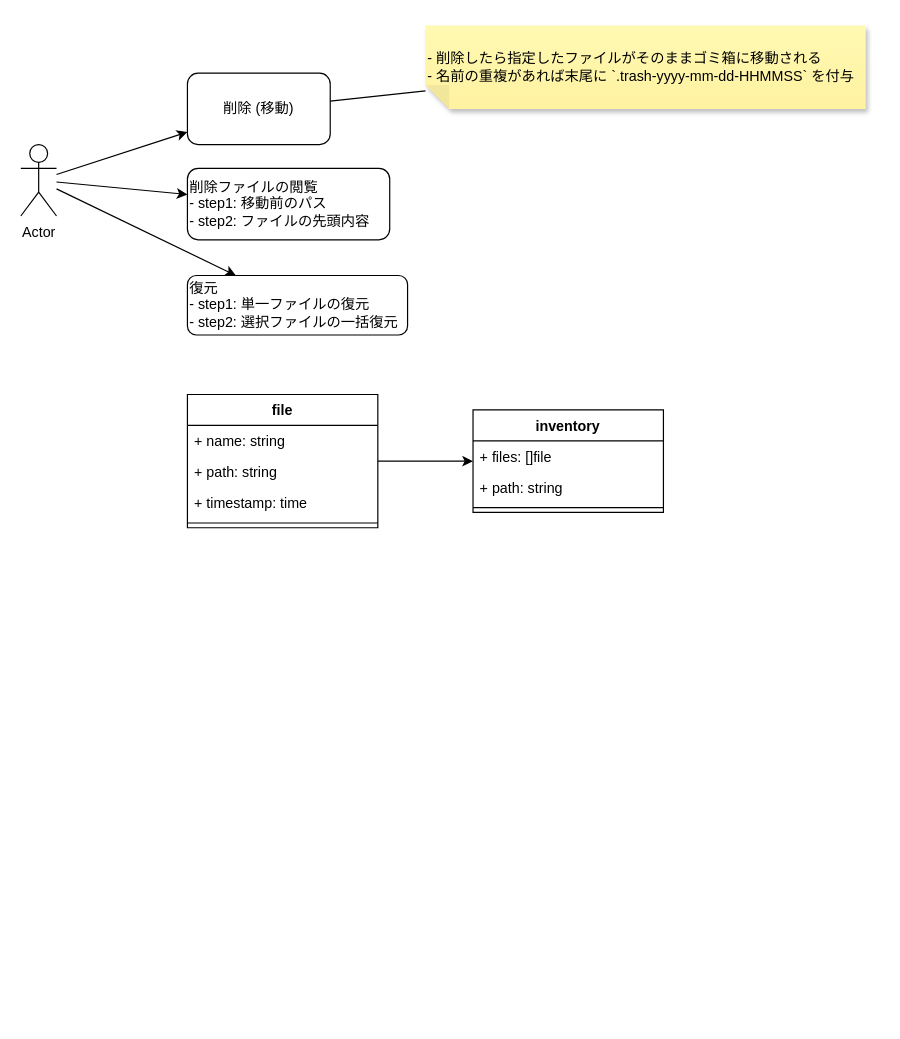
This is docs/doc.drawio from naoking158/go-to-trash, a draw.io file, before an edit. Source tidied: cells renumbered, new cells numbered last; positions are measured from the earlier drawing's top-left corner, leaving out a move shared by most shapes. Both pictures are drawn from the tidied source at 119%, with x=0, y=0 at pixel (20, 25).
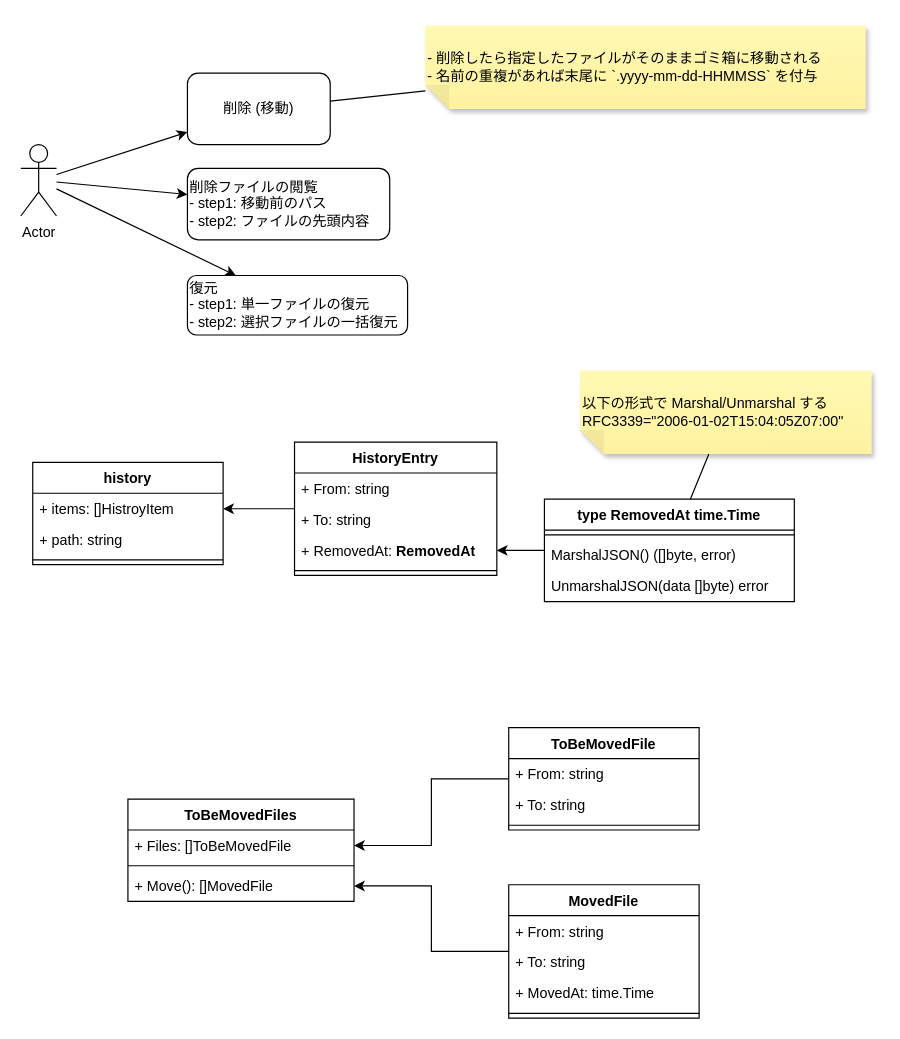
The same diagram, later.

Diff of the diagram source:
```diff
@@
-    <mxCell id="9" value="file" style="swimlane;fontStyle=1;align=center;verticalAlign=top;horizontal=1;startSize=26;whiteSpace=wrap;html=1;" parent="1" vertex="1">
-      <mxGeometry x="140" y="310" width="160" height="112" as="geometry" />
-    </mxCell>
-    <mxCell id="10" value="+ name: string" style="text;strokeColor=none;fillColor=none;align=left;verticalAlign=top;spacingLeft=4;spacingRight=4;overflow=hidden;whiteSpace=wrap;html=1;" parent="9" vertex="1">
-      <mxGeometry y="26" width="160" height="26" as="geometry" />
-    </mxCell>
-    <mxCell id="11" value="+ path: string" style="text;strokeColor=none;fillColor=none;align=left;verticalAlign=top;spacingLeft=4;spacingRight=4;overflow=hidden;whiteSpace=wrap;html=1;" parent="9" vertex="1">
-      <mxGeometry y="52" width="160" height="26" as="geometry" />
-    </mxCell>
-    <mxCell id="12" value="+ timestamp: time" style="text;strokeColor=none;fillColor=none;align=left;verticalAlign=top;spacingLeft=4;spacingRight=4;overflow=hidden;whiteSpace=wrap;html=1;" parent="9" vertex="1">
-      <mxGeometry y="78" width="160" height="26" as="geometry" />
-    </mxCell>
-    <mxCell id="13" style="line;strokeWidth=1;fillColor=none;align=left;verticalAlign=middle;spacingTop=-1;spacingLeft=3;spacingRight=3;labelPosition=right;strokeColor=inherit;" parent="9" vertex="1">
-      <mxGeometry y="104" width="160" height="8" as="geometry" />
-    </mxCell>
-    <mxCell id="14" value="inventory" style="swimlane;fontStyle=1;align=center;verticalAlign=top;horizontal=1;startSize=26;whiteSpace=wrap;html=1;" parent="1" vertex="1">
-      <mxGeometry x="380" y="323" width="160" height="86" as="geometry" />
+    <mxCell id="14" value="history" style="swimlane;fontStyle=1;align=center;verticalAlign=top;horizontal=1;startSize=26;whiteSpace=wrap;html=1;" parent="1" vertex="1">
+      <mxGeometry x="10" y="367" width="160" height="86" as="geometry" />
     </mxCell>
-    <mxCell id="15" value="+ files: []file" style="text;strokeColor=none;fillColor=none;align=left;verticalAlign=top;spacingLeft=4;spacingRight=4;overflow=hidden;points=[[0,0.5],[1,0.5]];portConstraint=eastwest;whiteSpace=wrap;html=1;" parent="14" vertex="1">
+    <mxCell id="15" value="+ items: []HistroyItem" style="text;strokeColor=none;fillColor=none;align=left;verticalAlign=top;spacingLeft=4;spacingRight=4;overflow=hidden;points=[[0,0.5],[1,0.5]];portConstraint=eastwest;whiteSpace=wrap;html=1;" parent="14" vertex="1">
       <mxGeometry y="26" width="160" height="26" as="geometry" />
     </mxCell>
@@
-    <mxCell id="18" style="endArrow=classic;html=1;rounded=0;" parent="1" edge="1" source="9" target="14">
-      <mxGeometry relative="1" as="geometry" />
-    </mxCell>
-    <mxCell id="19" value="- 削除したら指定したファイルがそのままゴミ箱に移動される&lt;div&gt;- 名前の重複があれば末尾に `.trash-yyyy-mm-dd-HHMMSS` を付与&lt;/div&gt;" style="shape=note;whiteSpace=wrap;html=1;backgroundOutline=1;fontColor=#000000;darkOpacity=0.05;fillColor=#FFF9B2;strokeColor=none;fillStyle=solid;direction=west;gradientDirection=north;gradientColor=#FFF2A1;shadow=1;size=20;align=left;" parent="1" vertex="1">
+    <mxCell id="19" value="- 削除したら指定したファイルがそのままゴミ箱に移動される&lt;div&gt;- 名前の重複があれば末尾に `.yyyy-mm-dd-HHMMSS` を付与&lt;/div&gt;" style="shape=note;whiteSpace=wrap;html=1;backgroundOutline=1;fontColor=#000000;darkOpacity=0.05;fillColor=#FFF9B2;strokeColor=none;fillStyle=solid;direction=west;gradientDirection=north;gradientColor=#FFF2A1;shadow=1;size=20;align=left;" parent="1" vertex="1">
       <mxGeometry x="340" width="370" height="70" as="geometry" />
     </mxCell>
@@
+    <mxCell id="21" value="ToBeMovedFiles" style="swimlane;fontStyle=1;align=center;verticalAlign=top;horizontal=1;startSize=26;whiteSpace=wrap;html=1;" parent="1" vertex="1">
+      <mxGeometry x="90" y="650" width="190" height="86" as="geometry" />
+    </mxCell>
+    <mxCell id="22" value="+ Files: []ToBeMovedFile" style="text;strokeColor=none;fillColor=none;align=left;verticalAlign=top;spacingLeft=4;spacingRight=4;overflow=hidden;points=[[0,0.5],[1,0.5]];portConstraint=eastwest;whiteSpace=wrap;html=1;" parent="21" vertex="1">
+      <mxGeometry y="26" width="190" height="26" as="geometry" />
+    </mxCell>
+    <mxCell id="23" style="line;strokeWidth=1;fillColor=none;align=left;verticalAlign=middle;spacingTop=-1;spacingLeft=3;spacingRight=3;labelPosition=right;strokeColor=inherit;" parent="21" vertex="1">
+      <mxGeometry y="52" width="190" height="8" as="geometry" />
+    </mxCell>
+    <mxCell id="24" value="+ Move(): []MovedFile" style="text;strokeColor=none;fillColor=none;align=left;verticalAlign=top;spacingLeft=4;spacingRight=4;overflow=hidden;points=[[0,0.5],[1,0.5]];portConstraint=eastwest;whiteSpace=wrap;html=1;" parent="21" vertex="1">
+      <mxGeometry y="60" width="190" height="26" as="geometry" />
+    </mxCell>
+    <mxCell id="25" style="edgeStyle=orthogonalEdgeStyle;rounded=0;jettySize=auto;html=1;" parent="1" edge="1" source="26" target="15">
+      <mxGeometry relative="1" as="geometry" />
+    </mxCell>
+    <mxCell id="26" value="HistoryEntry" style="swimlane;fontStyle=1;align=center;verticalAlign=top;horizontal=1;startSize=26;whiteSpace=wrap;html=1;" parent="1" vertex="1">
+      <mxGeometry x="230" y="350" width="170" height="112" as="geometry" />
+    </mxCell>
+    <mxCell id="27" value="+ From: string" style="text;strokeColor=none;fillColor=none;align=left;verticalAlign=top;spacingLeft=4;spacingRight=4;overflow=hidden;whiteSpace=wrap;html=1;" parent="26" vertex="1">
+      <mxGeometry y="26" width="170" height="26" as="geometry" />
+    </mxCell>
+    <mxCell id="28" value="+ To: string" style="text;strokeColor=none;fillColor=none;align=left;verticalAlign=top;spacingLeft=4;spacingRight=4;overflow=hidden;whiteSpace=wrap;html=1;" parent="26" vertex="1">
+      <mxGeometry y="52" width="170" height="26" as="geometry" />
+    </mxCell>
+    <mxCell id="29" value="+ RemovedAt:&amp;nbsp;&lt;span style=&quot;font-weight: 700; text-align: center;&quot;&gt;RemovedAt&lt;/span&gt;" style="text;strokeColor=none;fillColor=none;align=left;verticalAlign=top;spacingLeft=4;spacingRight=4;overflow=hidden;points=[[0,0.5],[1,0.5]];portConstraint=eastwest;whiteSpace=wrap;html=1;" parent="26" vertex="1">
+      <mxGeometry y="78" width="170" height="26" as="geometry" />
+    </mxCell>
+    <mxCell id="30" style="line;strokeWidth=1;fillColor=none;align=left;verticalAlign=middle;spacingTop=-1;spacingLeft=3;spacingRight=3;labelPosition=right;strokeColor=inherit;" parent="26" vertex="1">
+      <mxGeometry y="104" width="170" height="8" as="geometry" />
+    </mxCell>
+    <mxCell id="31" style="edgeStyle=orthogonalEdgeStyle;rounded=0;jettySize=auto;html=1;" parent="1" edge="1" source="32" target="22">
+      <mxGeometry relative="1" as="geometry" />
+    </mxCell>
+    <mxCell id="32" value="ToBeMovedFile" style="swimlane;fontStyle=1;align=center;verticalAlign=top;horizontal=1;startSize=26;whiteSpace=wrap;html=1;" parent="1" vertex="1">
+      <mxGeometry x="410" y="590" width="160" height="86" as="geometry" />
+    </mxCell>
+    <mxCell id="33" value="+ From: string" style="text;strokeColor=none;fillColor=none;align=left;verticalAlign=top;spacingLeft=4;spacingRight=4;overflow=hidden;whiteSpace=wrap;html=1;" parent="32" vertex="1">
+      <mxGeometry y="26" width="160" height="26" as="geometry" />
+    </mxCell>
+    <mxCell id="34" value="+ To: string" style="text;strokeColor=none;fillColor=none;align=left;verticalAlign=top;spacingLeft=4;spacingRight=4;overflow=hidden;whiteSpace=wrap;html=1;" parent="32" vertex="1">
+      <mxGeometry y="52" width="160" height="26" as="geometry" />
+    </mxCell>
+    <mxCell id="35" style="line;strokeWidth=1;fillColor=none;align=left;verticalAlign=middle;spacingTop=-1;spacingLeft=3;spacingRight=3;labelPosition=right;strokeColor=inherit;" parent="32" vertex="1">
+      <mxGeometry y="78" width="160" height="8" as="geometry" />
+    </mxCell>
+    <mxCell id="36" style="edgeStyle=orthogonalEdgeStyle;rounded=0;jettySize=auto;html=1;" parent="1" edge="1" source="37" target="24">
+      <mxGeometry relative="1" as="geometry" />
+    </mxCell>
+    <mxCell id="37" value="MovedFile" style="swimlane;fontStyle=1;align=center;verticalAlign=top;horizontal=1;startSize=26;whiteSpace=wrap;html=1;" parent="1" vertex="1">
+      <mxGeometry x="410" y="722" width="160" height="112" as="geometry" />
+    </mxCell>
+    <mxCell id="38" value="+ From: string" style="text;strokeColor=none;fillColor=none;align=left;verticalAlign=top;spacingLeft=4;spacingRight=4;overflow=hidden;whiteSpace=wrap;html=1;" parent="37" vertex="1">
+      <mxGeometry y="26" width="160" height="26" as="geometry" />
+    </mxCell>
+    <mxCell id="39" value="+ To: string" style="text;strokeColor=none;fillColor=none;align=left;verticalAlign=top;spacingLeft=4;spacingRight=4;overflow=hidden;whiteSpace=wrap;html=1;" parent="37" vertex="1">
+      <mxGeometry y="52" width="160" height="26" as="geometry" />
+    </mxCell>
+    <mxCell id="40" value="+ MovedAt: time.Time" style="text;strokeColor=none;fillColor=none;align=left;verticalAlign=top;spacingLeft=4;spacingRight=4;overflow=hidden;whiteSpace=wrap;html=1;" parent="37" vertex="1">
+      <mxGeometry y="78" width="160" height="26" as="geometry" />
+    </mxCell>
+    <mxCell id="13" style="line;strokeWidth=1;fillColor=none;align=left;verticalAlign=middle;spacingTop=-1;spacingLeft=3;spacingRight=3;labelPosition=right;strokeColor=inherit;" parent="37" vertex="1">
+      <mxGeometry y="104" width="160" height="8" as="geometry" />
+    </mxCell>
+    <mxCell id="41" style="edgeStyle=orthogonalEdgeStyle;rounded=0;jettySize=auto;html=1;" parent="1" edge="1" source="42" target="29">
+      <mxGeometry relative="1" as="geometry" />
+    </mxCell>
+    <mxCell id="42" value="type RemovedAt time.Time" style="swimlane;fontStyle=1;align=center;verticalAlign=top;horizontal=1;startSize=26;whiteSpace=wrap;html=1;" parent="1" vertex="1">
+      <mxGeometry x="440" y="398" width="210" height="86" as="geometry" />
+    </mxCell>
+    <mxCell id="43" style="line;strokeWidth=1;fillColor=none;align=left;verticalAlign=middle;spacingTop=-1;spacingLeft=3;spacingRight=3;labelPosition=right;strokeColor=inherit;" parent="42" vertex="1">
+      <mxGeometry y="26" width="210" height="8" as="geometry" />
+    </mxCell>
+    <mxCell id="44" value="MarshalJSON() ([]byte, error)" style="text;strokeColor=none;fillColor=none;align=left;verticalAlign=top;spacingLeft=4;spacingRight=4;overflow=hidden;whiteSpace=wrap;html=1;" parent="42" vertex="1">
+      <mxGeometry y="34" width="210" height="26" as="geometry" />
+    </mxCell>
+    <mxCell id="45" value="UnmarshalJSON(data []byte) error" style="text;strokeColor=none;fillColor=none;align=left;verticalAlign=top;spacingLeft=4;spacingRight=4;overflow=hidden;whiteSpace=wrap;html=1;" parent="42" vertex="1">
+      <mxGeometry y="60" width="210" height="26" as="geometry" />
+    </mxCell>
+    <mxCell id="46" value="以下の形式で Marshal/Unmarshal する&lt;br&gt;RFC3339=&quot;2006-01-02T15:04:05Z07:00&quot;" style="shape=note;whiteSpace=wrap;html=1;backgroundOutline=1;fontColor=#000000;darkOpacity=0.05;fillColor=#FFF9B2;strokeColor=none;fillStyle=solid;direction=west;gradientDirection=north;gradientColor=#FFF2A1;shadow=1;size=20;align=left;" parent="1" vertex="1">
+      <mxGeometry x="470" y="290" width="245" height="70" as="geometry" />
+    </mxCell>
+    <mxCell id="47" style="endArrow=none;html=1;rounded=0;" parent="1" edge="1" source="42" target="46">
+      <mxGeometry relative="1" as="geometry" />
+    </mxCell>
```
